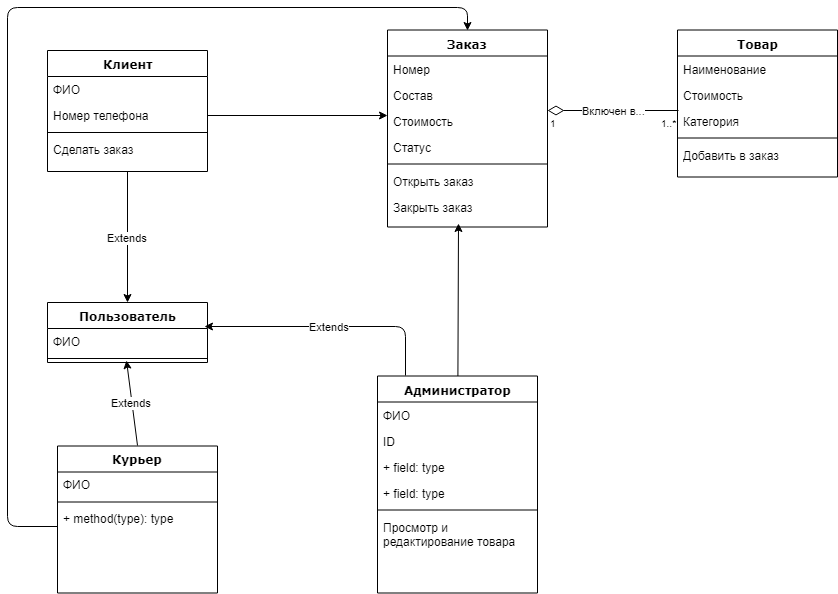
OlesyaIv/flower-shop keeps this draw.io diagram as StaticDiagram.png. Above is the earlier version. Source tidied: cells renumbered, new cells last; positions are measured from the earlier drawing's top-left corner, leaving out a move shared by most shapes.
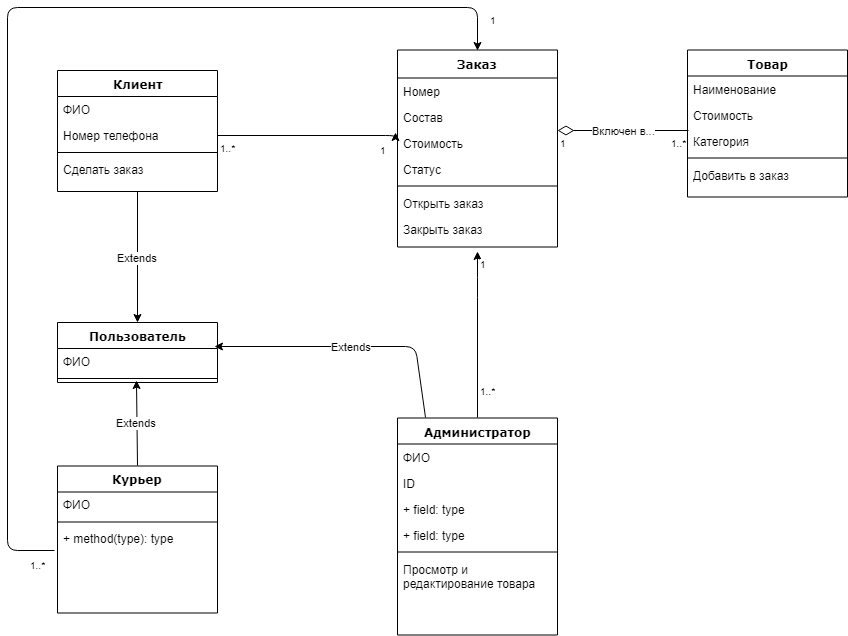
The same diagram one commit later.

The edit, as a diff of the source:
```diff
@@ -20,29 +20,29 @@
     <mxCell id="7" value="Добавить в заказ" style="text;html=1;strokeColor=none;fillColor=none;align=left;verticalAlign=top;spacingLeft=4;spacingRight=4;whiteSpace=wrap;overflow=hidden;" parent="2" vertex="1">
       <mxGeometry y="112" width="160" height="26" as="geometry" />
     </mxCell>
-    <mxCell id="8" value="Заказ" style="swimlane;html=1;fontStyle=1;align=center;verticalAlign=top;horizontal=1;startSize=26;swimlaneFillColor=#ffffff;rounded=0;shadow=0;comic=0;labelBackgroundColor=none;strokeColor=#000000;strokeWidth=1;fillColor=none;fontFamily=Verdana;fontSize=12;fontColor=#000000;" parent="1" vertex="1">
+    <mxCell id="8" value="Заказ" style="swimlane;html=1;fontStyle=1;align=center;verticalAlign=top;horizontal=1;startSize=28;swimlaneFillColor=#ffffff;rounded=0;shadow=0;comic=0;labelBackgroundColor=none;strokeColor=#000000;strokeWidth=1;fillColor=none;fontFamily=Verdana;fontSize=12;fontColor=#000000;" parent="1" vertex="1">
       <mxGeometry x="380" y="22.5" width="160" height="197" as="geometry" />
     </mxCell>
     <mxCell id="9" value="Номер" style="text;html=1;strokeColor=none;fillColor=none;align=left;verticalAlign=top;spacingLeft=4;spacingRight=4;whiteSpace=wrap;overflow=hidden;" parent="8" vertex="1">
-      <mxGeometry y="26" width="160" height="26" as="geometry" />
+      <mxGeometry y="28" width="160" height="26" as="geometry" />
     </mxCell>
     <mxCell id="10" value="Состав" style="text;html=1;strokeColor=none;fillColor=none;align=left;verticalAlign=top;spacingLeft=4;spacingRight=4;whiteSpace=wrap;overflow=hidden;" parent="8" vertex="1">
-      <mxGeometry y="52" width="160" height="26" as="geometry" />
+      <mxGeometry y="54" width="160" height="26" as="geometry" />
     </mxCell>
     <mxCell id="11" value="Стоимость" style="text;html=1;strokeColor=none;fillColor=none;align=left;verticalAlign=top;spacingLeft=4;spacingRight=4;whiteSpace=wrap;overflow=hidden;points=[[0,0.5],[1,0.5]];portConstraint=eastwest;" parent="8" vertex="1">
-      <mxGeometry y="78" width="160" height="26" as="geometry" />
+      <mxGeometry y="80" width="160" height="26" as="geometry" />
     </mxCell>
     <mxCell id="12" value="Статус" style="text;html=1;strokeColor=none;fillColor=none;align=left;verticalAlign=top;spacingLeft=4;spacingRight=4;whiteSpace=wrap;overflow=hidden;" parent="8" vertex="1">
-      <mxGeometry y="104" width="160" height="26" as="geometry" />
+      <mxGeometry y="106" width="160" height="26" as="geometry" />
     </mxCell>
     <mxCell id="13" style="line;html=1;strokeWidth=1;fillColor=none;align=left;verticalAlign=middle;spacingTop=-1;spacingLeft=3;spacingRight=3;labelPosition=right;" parent="8" vertex="1">
-      <mxGeometry y="130" width="160" height="8" as="geometry" />
+      <mxGeometry y="132" width="160" height="8" as="geometry" />
     </mxCell>
     <mxCell id="14" value="Открыть заказ" style="text;html=1;strokeColor=none;fillColor=none;align=left;verticalAlign=top;spacingLeft=4;spacingRight=4;whiteSpace=wrap;overflow=hidden;" parent="8" vertex="1">
-      <mxGeometry y="138" width="160" height="26" as="geometry" />
+      <mxGeometry y="140" width="160" height="26" as="geometry" />
     </mxCell>
     <mxCell id="15" value="Закрыть заказ" style="text;html=1;strokeColor=none;fillColor=none;align=left;verticalAlign=top;spacingLeft=4;spacingRight=4;whiteSpace=wrap;overflow=hidden;points=[[0,0.5],[1,0.5]];portConstraint=eastwest;" parent="8" vertex="1">
-      <mxGeometry y="164" width="160" height="30" as="geometry" />
+      <mxGeometry y="166" width="160" height="30" as="geometry" />
     </mxCell>
     <mxCell id="16" value="Пользователь" style="swimlane;html=1;fontStyle=1;align=center;verticalAlign=top;horizontal=1;startSize=26;swimlaneFillColor=#ffffff;rounded=0;shadow=0;comic=0;labelBackgroundColor=none;strokeColor=#000000;strokeWidth=1;fillColor=none;fontFamily=Verdana;fontSize=12;fontColor=#000000;" parent="1" vertex="1">
       <mxGeometry x="40" y="295" width="160" height="60" as="geometry" />
@@ -54,7 +54,7 @@
       <mxGeometry y="52" width="160" height="8" as="geometry" />
     </mxCell>
     <mxCell id="19" value="Курьер" style="swimlane;html=1;fontStyle=1;align=center;verticalAlign=top;horizontal=1;startSize=26;swimlaneFillColor=#ffffff;rounded=0;shadow=0;comic=0;labelBackgroundColor=none;strokeColor=#000000;strokeWidth=1;fillColor=none;fontFamily=Verdana;fontSize=12;fontColor=#000000;" parent="1" vertex="1">
-      <mxGeometry x="50" y="438.5" width="160" height="147" as="geometry" />
+      <mxGeometry x="40" y="438.5" width="160" height="147" as="geometry" />
     </mxCell>
     <mxCell id="20" value="ФИО" style="text;html=1;strokeColor=none;fillColor=none;align=left;verticalAlign=top;spacingLeft=4;spacingRight=4;whiteSpace=wrap;overflow=hidden;" parent="19" vertex="1">
       <mxGeometry y="26" width="160" height="26" as="geometry" />
@@ -83,9 +83,6 @@
     <mxCell id="28" value="Extends" style="endArrow=classic;html=1;exitX=0.5;exitY=1;exitDx=0;exitDy=0;entryX=0.5;entryY=0;entryDx=0;entryDy=0;" parent="1" edge="1" source="23" target="16">
       <mxGeometry relative="1" as="geometry" />
     </mxCell>
-    <mxCell id="29" style="endArrow=classic;html=1;exitX=1;exitY=0.5;exitDx=0;exitDy=0;entryX=0;entryY=0.288;entryDx=0;entryDy=0;entryPerimeter=0;" parent="1" edge="1" source="25" target="11">
-      <mxGeometry relative="1" as="geometry" />
-    </mxCell>
     <mxCell id="30" value="Extends" style="endArrow=classic;html=1;exitX=0.5;exitY=0;exitDx=0;exitDy=0;entryX=0.494;entryY=0.688;entryDx=0;entryDy=0;entryPerimeter=0;" parent="1" edge="1" source="19" target="18">
       <mxGeometry relative="1" as="geometry" />
     </mxCell>
@@ -96,11 +93,8 @@
         </Array>
       </mxGeometry>
     </mxCell>
-    <mxCell id="32" style="endArrow=classic;html=1;entryX=0.444;entryY=0.983;entryDx=0;entryDy=0;entryPerimeter=0;" parent="1" edge="1" source="33" target="15">
-      <mxGeometry relative="1" as="geometry" />
-    </mxCell>
     <mxCell id="33" value="Администратор" style="swimlane;html=1;fontStyle=1;align=center;verticalAlign=top;horizontal=1;startSize=26;swimlaneFillColor=#ffffff;rounded=0;shadow=0;comic=0;labelBackgroundColor=none;strokeColor=#000000;strokeWidth=1;fillColor=none;fontFamily=Verdana;fontSize=12;fontColor=#000000;" parent="1" vertex="1">
-      <mxGeometry x="370" y="368.5" width="160" height="217" as="geometry" />
+      <mxGeometry x="380" y="390.5" width="160" height="217" as="geometry" />
     </mxCell>
     <mxCell id="34" value="ФИО" style="text;html=1;strokeColor=none;fillColor=none;align=left;verticalAlign=top;spacingLeft=4;spacingRight=4;whiteSpace=wrap;overflow=hidden;" parent="33" vertex="1">
       <mxGeometry y="26" width="160" height="26" as="geometry" />
@@ -120,15 +114,6 @@
     <mxCell id="39" value="Просмотр и редактирование товара" style="text;html=1;strokeColor=none;fillColor=none;align=left;verticalAlign=top;spacingLeft=4;spacingRight=4;whiteSpace=wrap;overflow=hidden;" parent="33" vertex="1">
       <mxGeometry y="138" width="160" height="42" as="geometry" />
     </mxCell>
-    <mxCell id="40" style="endArrow=classic;html=1;exitX=0;exitY=0.788;exitDx=0;exitDy=0;exitPerimeter=0;entryX=0.5;entryY=0;entryDx=0;entryDy=0;" parent="1" edge="1" source="22" target="8">
-      <mxGeometry relative="1" as="geometry">
-        <Array as="points">
-          <mxPoint y="519" />
-          <mxPoint />
-          <mxPoint x="460" />
-        </Array>
-      </mxGeometry>
-    </mxCell>
     <mxCell id="41" value="Включен в..." style="endArrow=none;html=1;endSize=12;startArrow=diamondThin;startSize=14;startFill=0;edgeStyle=orthogonalEdgeStyle;entryX=0.006;entryY=0.096;entryDx=0;entryDy=0;entryPerimeter=0;endFill=0;" parent="1" edge="1" target="5">
       <mxGeometry relative="1" as="geometry">
         <mxPoint x="540" y="103" as="sourcePoint" />
@@ -140,5 +125,58 @@
     <mxCell id="43" value="1..*&lt;br&gt;&lt;br&gt;" style="html=1;align=right;verticalAlign=top;labelBackgroundColor=#ffffff;fontSize=10;" parent="41" vertex="1">
       <mxGeometry x="1" relative="1" as="geometry" />
     </mxCell>
+    <mxCell id="44" style="endArrow=none;html=1;endSize=6;startArrow=classic;startSize=6;startFill=1;edgeStyle=orthogonalEdgeStyle;entryX=-0.019;entryY=0.942;entryDx=0;entryDy=0;entryPerimeter=0;endFill=0;exitX=0.5;exitY=0;exitDx=0;exitDy=0;" parent="1" edge="1" source="8" target="22">
+      <mxGeometry relative="1" as="geometry">
+        <Array as="points">
+          <mxPoint x="460" y="-20" />
+          <mxPoint x="-10" y="-20" />
+          <mxPoint x="-10" y="523" />
+        </Array>
+      </mxGeometry>
+    </mxCell>
+    <mxCell id="45" value="1" style="html=1;align=left;verticalAlign=top;labelBackgroundColor=#ffffff;fontSize=10;" parent="44" vertex="1">
+      <mxGeometry x="-1" relative="1" as="geometry">
+        <mxPoint x="10" y="-43" as="offset" />
+      </mxGeometry>
+    </mxCell>
+    <mxCell id="46" value="1..*&lt;br&gt;&lt;br&gt;" style="html=1;align=right;verticalAlign=top;labelBackgroundColor=#ffffff;fontSize=10;" parent="44" vertex="1">
+      <mxGeometry x="1" relative="1" as="geometry">
+        <mxPoint x="-7" y="1.5" as="offset" />
+      </mxGeometry>
+    </mxCell>
+    <mxCell id="47" style="endArrow=none;html=1;endSize=6;startArrow=classic;startSize=6;startFill=1;edgeStyle=orthogonalEdgeStyle;entryX=1;entryY=0.5;entryDx=0;entryDy=0;endFill=0;exitX=-0.012;exitY=0.096;exitDx=0;exitDy=0;exitPerimeter=0;" parent="1" edge="1" source="11" target="25">
+      <mxGeometry relative="1" as="geometry">
+        <Array as="points">
+          <mxPoint x="378" y="108" />
+        </Array>
+      </mxGeometry>
+    </mxCell>
+    <mxCell id="48" value="1" style="html=1;align=left;verticalAlign=top;labelBackgroundColor=#ffffff;fontSize=10;" parent="47" vertex="1">
+      <mxGeometry x="-1" relative="1" as="geometry">
+        <mxPoint x="-18" y="5" as="offset" />
+      </mxGeometry>
+    </mxCell>
+    <mxCell id="49" value="1..*&lt;br&gt;&lt;br&gt;" style="html=1;align=right;verticalAlign=top;labelBackgroundColor=#ffffff;fontSize=10;" parent="47" vertex="1">
+      <mxGeometry x="1" relative="1" as="geometry">
+        <mxPoint x="20" as="offset" />
+      </mxGeometry>
+    </mxCell>
+    <mxCell id="50" style="endArrow=none;html=1;endSize=6;startArrow=classic;startSize=6;startFill=1;edgeStyle=orthogonalEdgeStyle;endFill=0;exitX=0.5;exitY=1.183;exitDx=0;exitDy=0;exitPerimeter=0;" parent="1" edge="1" source="15">
+      <mxGeometry relative="1" as="geometry">
+        <mxPoint x="460" y="390" as="targetPoint" />
+        <Array as="points">
+          <mxPoint x="460" y="260" />
+          <mxPoint x="460" y="260" />
+        </Array>
+      </mxGeometry>
+    </mxCell>
+    <mxCell id="51" value="1" style="html=1;align=left;verticalAlign=top;labelBackgroundColor=#ffffff;fontSize=10;" parent="50" vertex="1">
+      <mxGeometry x="-1" relative="1" as="geometry" />
+    </mxCell>
+    <mxCell id="52" value="1..*&lt;br&gt;&lt;br&gt;" style="html=1;align=right;verticalAlign=top;labelBackgroundColor=#ffffff;fontSize=10;" parent="50" vertex="1">
+      <mxGeometry x="1" relative="1" as="geometry">
+        <mxPoint x="20" y="-39" as="offset" />
+      </mxGeometry>
+    </mxCell>
   </root>
 </mxGraphModel>
```
